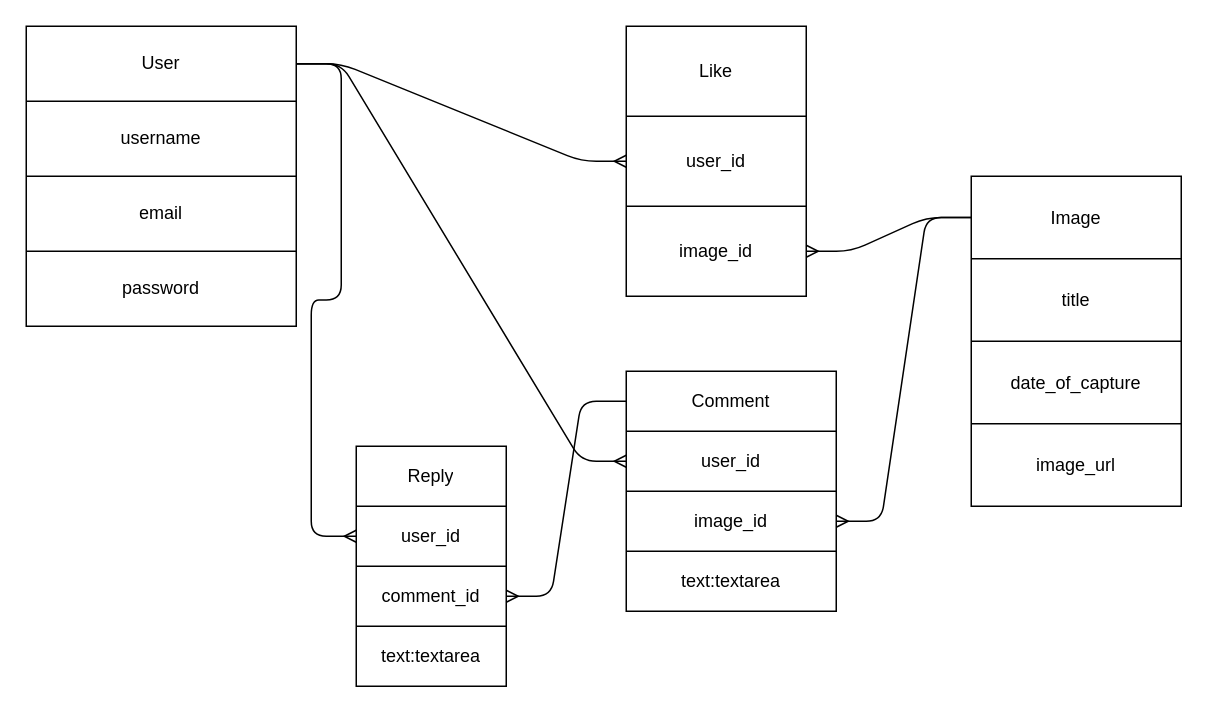
Above: database_table.drawio in DavidRMorphew/insta_space_backend (draw.io), before the change. Source tidied: cells renumbered, new cells numbered last; positions are measured from the earlier drawing's top-left corner, leaving out a move shared by most shapes. Both pictures are drawn from the tidied source at 150%, with x=0, y=0 at pixel (26, 26).
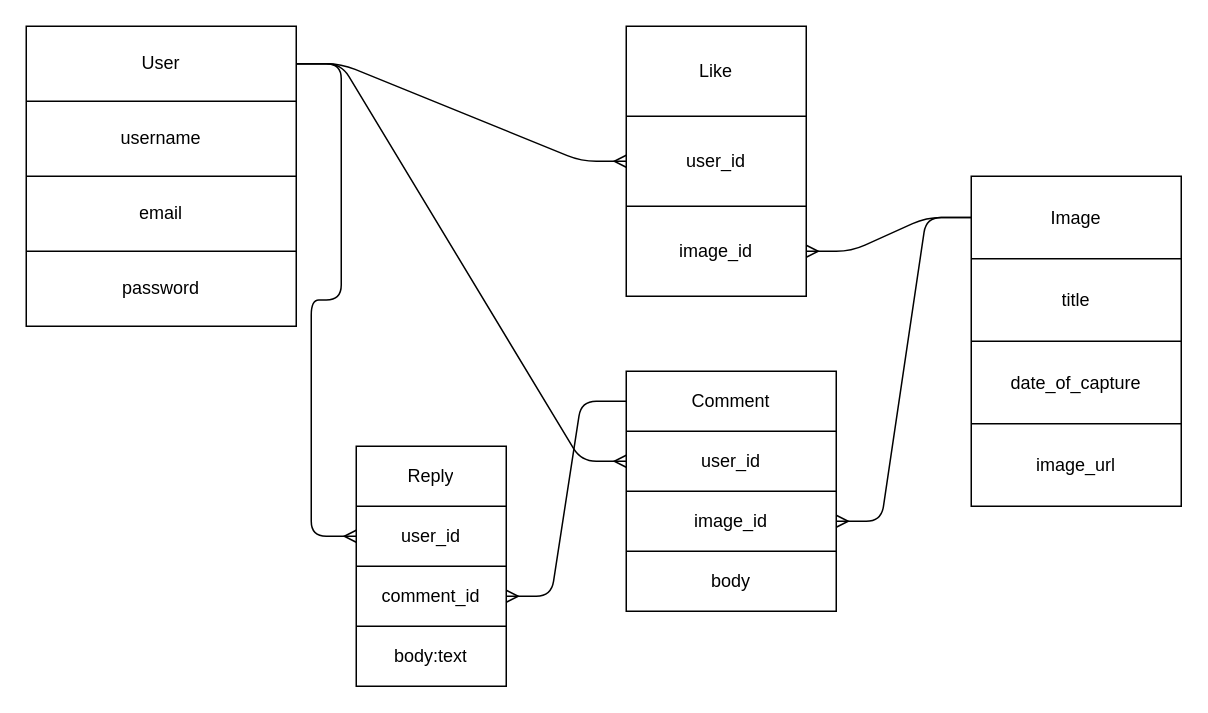
Above is the later version.

Commit message (it also covers changes not shown here):
add comments model, database, relations

Unchanged cells that the change refers to:
```xml
<mxCell id="36" style="shape=partialRectangle;fillColor=none;top=0;left=0;bottom=0;right=0;" parent="29" vertex="1">
  <mxGeometry y="120" width="100" height="40" as="geometry" />
</mxCell>
<mxCell id="47" style="shape=partialRectangle;fillColor=none;top=0;left=0;bottom=0;right=0;" parent="40" vertex="1">
  <mxGeometry y="120" width="140" height="40" as="geometry" />
</mxCell>
```

The edit, as a diff of the source:
```diff
@@
-    <mxCell id="37" value="text:textarea" style="shape=partialRectangle;html=1;whiteSpace=wrap;overflow=hidden;fillColor=none;top=0;left=0;bottom=0;right=0;" parent="36" vertex="1">
+    <mxCell id="37" value="body:text" style="shape=partialRectangle;html=1;whiteSpace=wrap;overflow=hidden;fillColor=none;top=0;left=0;bottom=0;right=0;" parent="36" vertex="1">
       <mxGeometry width="100" height="40" as="geometry" />
     </mxCell>
@@
-    <mxCell id="48" value="text:textarea" style="shape=partialRectangle;html=1;whiteSpace=wrap;overflow=hidden;fillColor=none;top=0;left=0;bottom=0;right=0;" parent="47" vertex="1">
+    <mxCell id="48" value="body" style="shape=partialRectangle;html=1;whiteSpace=wrap;overflow=hidden;fillColor=none;top=0;left=0;bottom=0;right=0;" parent="47" vertex="1">
       <mxGeometry width="140" height="40" as="geometry" />
     </mxCell>
```
